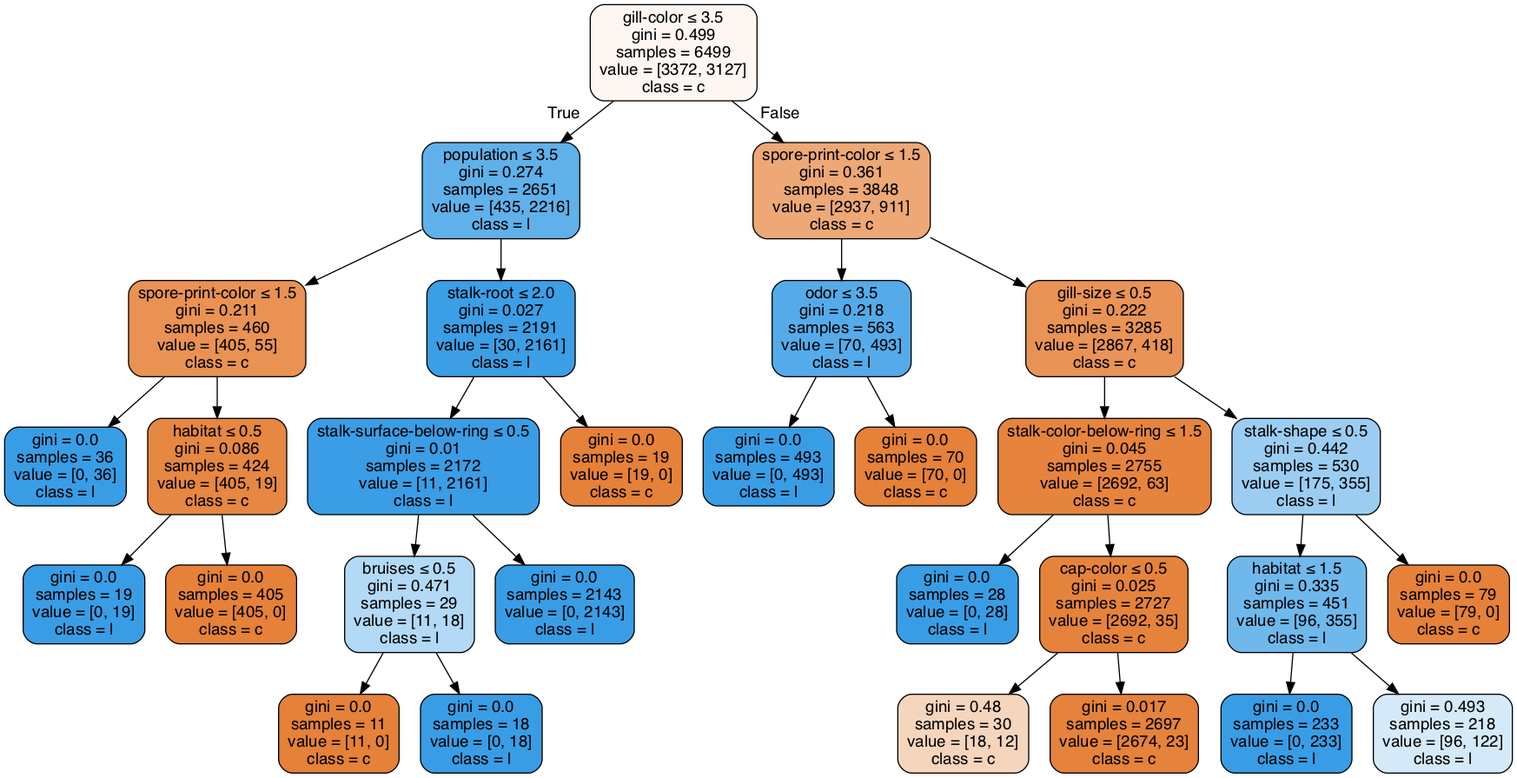
Before: Lab02/clf-max-depth-5.gv.png, a diagram exported from Graphviz (anhle199/Intro2AI-HCMUS). Its source is kept beside it as Lab02/clf-max-depth-5.gv.
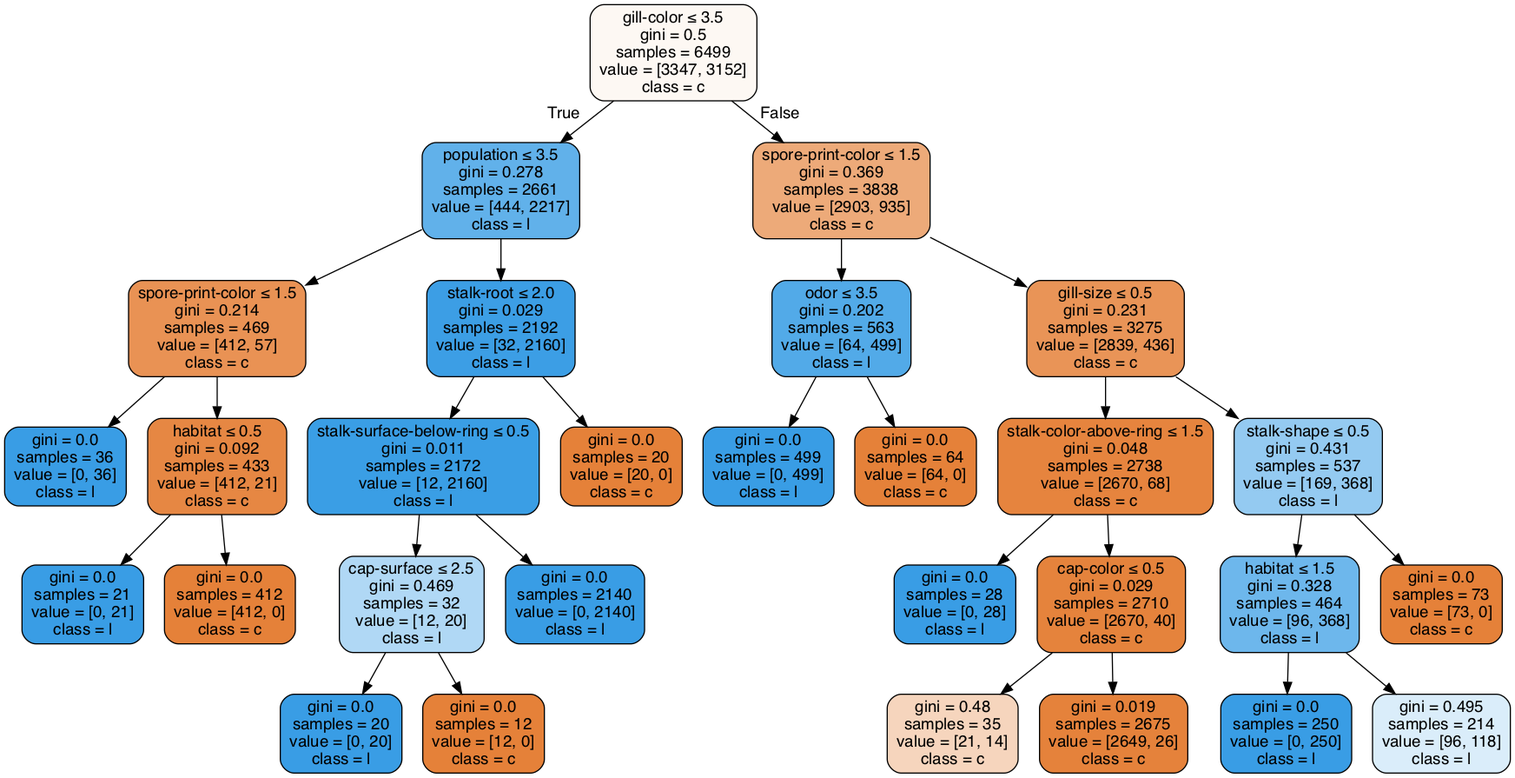
Above is the later version.

Change to the diagram source:
```diff
@@ -1,61 +1,61 @@
 digraph Tree {
 node [shape=box, style="filled, rounded", color="black", fontname=helvetica] ;
 edge [fontname=helvetica] ;
-0 [label=<gill-color &le; 3.5<br/>gini = 0.499<br/>samples = 6499<br/>value = [3372, 3127]<br/>class = c>, fillcolor="#fdf6f1"] ;
-1 [label=<population &le; 3.5<br/>gini = 0.274<br/>samples = 2651<br/>value = [435, 2216]<br/>class = l>, fillcolor="#60b0ea"] ;
+0 [label=<gill-color &le; 3.5<br/>gini = 0.5<br/>samples = 6499<br/>value = [3347, 3152]<br/>class = c>, fillcolor="#fdf8f3"] ;
+1 [label=<population &le; 3.5<br/>gini = 0.278<br/>samples = 2661<br/>value = [444, 2217]<br/>class = l>, fillcolor="#61b1ea"] ;
 0 -> 1 [labeldistance=2.5, labelangle=45, headlabel="True"] ;
-2 [label=<spore-print-color &le; 1.5<br/>gini = 0.211<br/>samples = 460<br/>value = [405, 55]<br/>class = c>, fillcolor="#e99254"] ;
+2 [label=<spore-print-color &le; 1.5<br/>gini = 0.214<br/>samples = 469<br/>value = [412, 57]<br/>class = c>, fillcolor="#e99254"] ;
 1 -> 2 ;
 3 [label=<gini = 0.0<br/>samples = 36<br/>value = [0, 36]<br/>class = l>, fillcolor="#399de5"] ;
 2 -> 3 ;
-4 [label=<habitat &le; 0.5<br/>gini = 0.086<br/>samples = 424<br/>value = [405, 19]<br/>class = c>, fillcolor="#e68742"] ;
+4 [label=<habitat &le; 0.5<br/>gini = 0.092<br/>samples = 433<br/>value = [412, 21]<br/>class = c>, fillcolor="#e68743"] ;
 2 -> 4 ;
-5 [label=<gini = 0.0<br/>samples = 19<br/>value = [0, 19]<br/>class = l>, fillcolor="#399de5"] ;
+5 [label=<gini = 0.0<br/>samples = 21<br/>value = [0, 21]<br/>class = l>, fillcolor="#399de5"] ;
 4 -> 5 ;
-6 [label=<gini = 0.0<br/>samples = 405<br/>value = [405, 0]<br/>class = c>, fillcolor="#e58139"] ;
+6 [label=<gini = 0.0<br/>samples = 412<br/>value = [412, 0]<br/>class = c>, fillcolor="#e58139"] ;
 4 -> 6 ;
-7 [label=<stalk-root &le; 2.0<br/>gini = 0.027<br/>samples = 2191<br/>value = [30, 2161]<br/>class = l>, fillcolor="#3c9ee5"] ;
+7 [label=<stalk-root &le; 2.0<br/>gini = 0.029<br/>samples = 2192<br/>value = [32, 2160]<br/>class = l>, fillcolor="#3c9ee5"] ;
 1 -> 7 ;
-8 [label=<stalk-surface-below-ring &le; 0.5<br/>gini = 0.01<br/>samples = 2172<br/>value = [11, 2161]<br/>class = l>, fillcolor="#3a9de5"] ;
+8 [label=<stalk-surface-below-ring &le; 0.5<br/>gini = 0.011<br/>samples = 2172<br/>value = [12, 2160]<br/>class = l>, fillcolor="#3a9ee5"] ;
 7 -> 8 ;
-9 [label=<bruises &le; 0.5<br/>gini = 0.471<br/>samples = 29<br/>value = [11, 18]<br/>class = l>, fillcolor="#b2d9f5"] ;
+9 [label=<cap-surface &le; 2.5<br/>gini = 0.469<br/>samples = 32<br/>value = [12, 20]<br/>class = l>, fillcolor="#b0d8f5"] ;
 8 -> 9 ;
-10 [label=<gini = 0.0<br/>samples = 11<br/>value = [11, 0]<br/>class = c>, fillcolor="#e58139"] ;
+10 [label=<gini = 0.0<br/>samples = 20<br/>value = [0, 20]<br/>class = l>, fillcolor="#399de5"] ;
 9 -> 10 ;
-11 [label=<gini = 0.0<br/>samples = 18<br/>value = [0, 18]<br/>class = l>, fillcolor="#399de5"] ;
+11 [label=<gini = 0.0<br/>samples = 12<br/>value = [12, 0]<br/>class = c>, fillcolor="#e58139"] ;
 9 -> 11 ;
-12 [label=<gini = 0.0<br/>samples = 2143<br/>value = [0, 2143]<br/>class = l>, fillcolor="#399de5"] ;
+12 [label=<gini = 0.0<br/>samples = 2140<br/>value = [0, 2140]<br/>class = l>, fillcolor="#399de5"] ;
 8 -> 12 ;
-13 [label=<gini = 0.0<br/>samples = 19<br/>value = [19, 0]<br/>class = c>, fillcolor="#e58139"] ;
+13 [label=<gini = 0.0<br/>samples = 20<br/>value = [20, 0]<br/>class = c>, fillcolor="#e58139"] ;
 7 -> 13 ;
-14 [label=<spore-print-color &le; 1.5<br/>gini = 0.361<br/>samples = 3848<br/>value = [2937, 911]<br/>class = c>, fillcolor="#eda876"] ;
+14 [label=<spore-print-color &le; 1.5<br/>gini = 0.369<br/>samples = 3838<br/>value = [2903, 935]<br/>class = c>, fillcolor="#edaa79"] ;
 0 -> 14 [labeldistance=2.5, labelangle=-45, headlabel="False"] ;
-15 [label=<odor &le; 3.5<br/>gini = 0.218<br/>samples = 563<br/>value = [70, 493]<br/>class = l>, fillcolor="#55abe9"] ;
+15 [label=<odor &le; 3.5<br/>gini = 0.202<br/>samples = 563<br/>value = [64, 499]<br/>class = l>, fillcolor="#52aae8"] ;
 14 -> 15 ;
-16 [label=<gini = 0.0<br/>samples = 493<br/>value = [0, 493]<br/>class = l>, fillcolor="#399de5"] ;
+16 [label=<gini = 0.0<br/>samples = 499<br/>value = [0, 499]<br/>class = l>, fillcolor="#399de5"] ;
 15 -> 16 ;
-17 [label=<gini = 0.0<br/>samples = 70<br/>value = [70, 0]<br/>class = c>, fillcolor="#e58139"] ;
+17 [label=<gini = 0.0<br/>samples = 64<br/>value = [64, 0]<br/>class = c>, fillcolor="#e58139"] ;
 15 -> 17 ;
-18 [label=<gill-size &le; 0.5<br/>gini = 0.222<br/>samples = 3285<br/>value = [2867, 418]<br/>class = c>, fillcolor="#e99356"] ;
+18 [label=<gill-size &le; 0.5<br/>gini = 0.231<br/>samples = 3275<br/>value = [2839, 436]<br/>class = c>, fillcolor="#e99457"] ;
 14 -> 18 ;
-19 [label=<stalk-color-below-ring &le; 1.5<br/>gini = 0.045<br/>samples = 2755<br/>value = [2692, 63]<br/>class = c>, fillcolor="#e6843e"] ;
+19 [label=<stalk-color-above-ring &le; 1.5<br/>gini = 0.048<br/>samples = 2738<br/>value = [2670, 68]<br/>class = c>, fillcolor="#e6843e"] ;
 18 -> 19 ;
 20 [label=<gini = 0.0<br/>samples = 28<br/>value = [0, 28]<br/>class = l>, fillcolor="#399de5"] ;
 19 -> 20 ;
-21 [label=<cap-color &le; 0.5<br/>gini = 0.025<br/>samples = 2727<br/>value = [2692, 35]<br/>class = c>, fillcolor="#e5833c"] ;
+21 [label=<cap-color &le; 0.5<br/>gini = 0.029<br/>samples = 2710<br/>value = [2670, 40]<br/>class = c>, fillcolor="#e5833c"] ;
 19 -> 21 ;
-22 [label=<gini = 0.48<br/>samples = 30<br/>value = [18, 12]<br/>class = c>, fillcolor="#f6d5bd"] ;
+22 [label=<gini = 0.48<br/>samples = 35<br/>value = [21, 14]<br/>class = c>, fillcolor="#f6d5bd"] ;
 21 -> 22 ;
-23 [label=<gini = 0.017<br/>samples = 2697<br/>value = [2674, 23]<br/>class = c>, fillcolor="#e5823b"] ;
+23 [label=<gini = 0.019<br/>samples = 2675<br/>value = [2649, 26]<br/>class = c>, fillcolor="#e5823b"] ;
 21 -> 23 ;
-24 [label=<stalk-shape &le; 0.5<br/>gini = 0.442<br/>samples = 530<br/>value = [175, 355]<br/>class = l>, fillcolor="#9bcdf2"] ;
+24 [label=<stalk-shape &le; 0.5<br/>gini = 0.431<br/>samples = 537<br/>value = [169, 368]<br/>class = l>, fillcolor="#94caf1"] ;
 18 -> 24 ;
-25 [label=<habitat &le; 1.5<br/>gini = 0.335<br/>samples = 451<br/>value = [96, 355]<br/>class = l>, fillcolor="#6fb8ec"] ;
+25 [label=<habitat &le; 1.5<br/>gini = 0.328<br/>samples = 464<br/>value = [96, 368]<br/>class = l>, fillcolor="#6db7ec"] ;
 24 -> 25 ;
-26 [label=<gini = 0.0<br/>samples = 233<br/>value = [0, 233]<br/>class = l>, fillcolor="#399de5"] ;
+26 [label=<gini = 0.0<br/>samples = 250<br/>value = [0, 250]<br/>class = l>, fillcolor="#399de5"] ;
 25 -> 26 ;
-27 [label=<gini = 0.493<br/>samples = 218<br/>value = [96, 122]<br/>class = l>, fillcolor="#d5eaf9"] ;
+27 [label=<gini = 0.495<br/>samples = 214<br/>value = [96, 118]<br/>class = l>, fillcolor="#daedfa"] ;
 25 -> 27 ;
-28 [label=<gini = 0.0<br/>samples = 79<br/>value = [79, 0]<br/>class = c>, fillcolor="#e58139"] ;
+28 [label=<gini = 0.0<br/>samples = 73<br/>value = [73, 0]<br/>class = c>, fillcolor="#e58139"] ;
 24 -> 28 ;
 }
```
